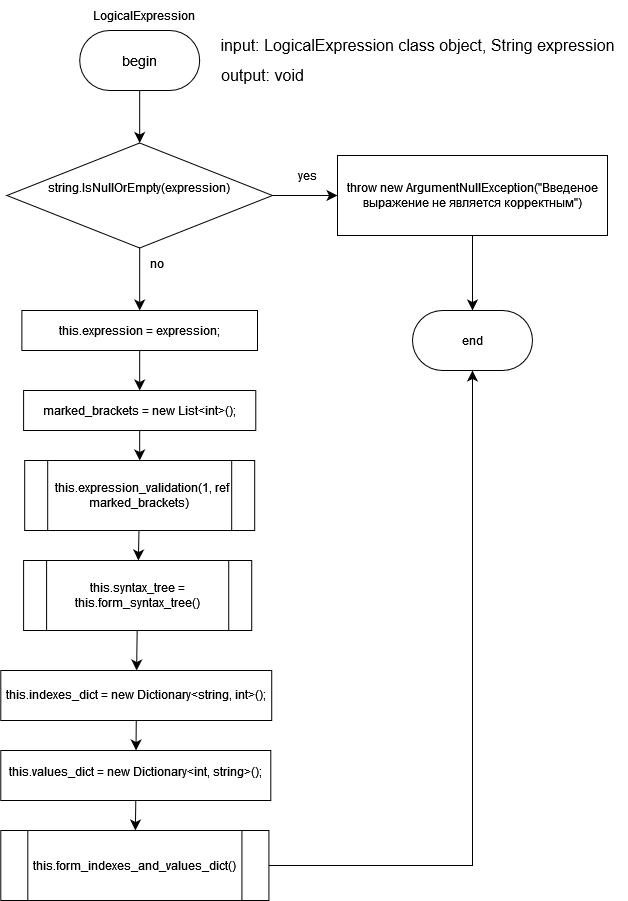
The draw.io diagram 4_sem/LOIS/lab1/draw_io_flowcharts/LogicalExpression.png in cry-crystal-cry/BSUIR, before a commit. Source tidied: cells renumbered, new cells last; positions are measured from the earlier drawing's top-left corner, leaving out a move shared by most shapes. The source it was exported from:
```xml
<mxGraphModel>
  <root>
    <mxCell id="0" />
    <mxCell id="1" parent="0" />
    <mxCell id="2" style="edgeStyle=none;curved=1;rounded=0;jettySize=auto;html=1;fontSize=12;startSize=8;endSize=8;" parent="1" edge="1" source="3" target="9">
      <mxGeometry relative="1" as="geometry" />
    </mxCell>
    <mxCell id="3" value="&lt;font face=&quot;Helvetica&quot; style=&quot;font-size: 14px;&quot;&gt;begin&lt;/font&gt;" style="rounded=1;whiteSpace=wrap;html=1;arcSize=50;" parent="1" vertex="1">
      <mxGeometry x="79.2" y="30" width="120" height="60" as="geometry" />
    </mxCell>
    <mxCell id="4" value="LogicalExpression" style="text;html=1;align=center;verticalAlign=middle;whiteSpace=wrap;rounded=0;" parent="1" vertex="1">
      <mxGeometry x="113.9" width="60" height="30" as="geometry" />
    </mxCell>
    <mxCell id="5" value="&lt;div&gt;input: LogicalExpression class object, String expression&lt;br&gt;&lt;/div&gt;" style="text;html=1;align=center;verticalAlign=middle;strokeColor=none;fillColor=none;fontSize=16;" parent="1" vertex="1">
      <mxGeometry x="207" y="30" width="420" height="30" as="geometry" />
    </mxCell>
    <mxCell id="6" value="output: void" style="text;html=1;align=center;verticalAlign=middle;strokeColor=none;fillColor=none;fontSize=16;" parent="1" vertex="1">
      <mxGeometry x="207" y="60" width="110" height="30" as="geometry" />
    </mxCell>
    <mxCell id="7" style="edgeStyle=none;curved=1;rounded=0;jettySize=auto;html=1;fontSize=12;startSize=8;endSize=8;" parent="1" edge="1" source="9" target="11">
      <mxGeometry relative="1" as="geometry" />
    </mxCell>
    <mxCell id="8" style="edgeStyle=none;curved=1;rounded=0;jettySize=auto;html=1;fontSize=12;startSize=8;endSize=8;" parent="1" edge="1" source="9" target="15">
      <mxGeometry relative="1" as="geometry" />
    </mxCell>
    <mxCell id="9" value="&#10;&lt;span class=&quot;blob-code-inner blob-code-marker js-code-nav-pass&quot;&gt;&lt;span class=&quot;pl-kos&quot;&gt;&lt;/span&gt;&lt;span class=&quot;pl-smi&quot;&gt;string&lt;/span&gt;&lt;span class=&quot;pl-kos&quot;&gt;.&lt;/span&gt;&lt;span class=&quot;pl-en&quot;&gt;IsNullOrEmpty&lt;/span&gt;&lt;span class=&quot;pl-kos&quot;&gt;(&lt;/span&gt;expression&lt;span class=&quot;pl-kos&quot;&gt;)&lt;/span&gt;&lt;/span&gt;&#10;&#10;" style="rhombus;whiteSpace=wrap;html=1;" parent="1" vertex="1">
      <mxGeometry x="6.5" y="142.5" width="265.5" height="105" as="geometry" />
    </mxCell>
    <mxCell id="10" style="edgeStyle=none;curved=1;rounded=0;jettySize=auto;html=1;fontSize=12;startSize=8;endSize=8;" parent="1" edge="1" source="11" target="12">
      <mxGeometry relative="1" as="geometry" />
    </mxCell>
    <mxCell id="11" value="throw new ArgumentNullException(&quot;Введеное выражение не является корректным&quot;)" style="whiteSpace=wrap;html=1;" parent="1" vertex="1">
      <mxGeometry x="337" y="155" width="270" height="80" as="geometry" />
    </mxCell>
    <mxCell id="12" value="end" style="rounded=1;whiteSpace=wrap;html=1;arcSize=50;" parent="1" vertex="1">
      <mxGeometry x="412" y="310" width="120" height="60" as="geometry" />
    </mxCell>
    <mxCell id="13" value="yes" style="text;html=1;align=center;verticalAlign=middle;whiteSpace=wrap;rounded=0;" parent="1" vertex="1">
      <mxGeometry x="277" y="160" width="60" height="30" as="geometry" />
    </mxCell>
    <mxCell id="14" style="edgeStyle=none;curved=1;rounded=0;jettySize=auto;html=1;exitX=0.5;exitY=1;exitDx=0;exitDy=0;fontSize=12;startSize=8;endSize=8;" parent="1" edge="1" source="15" target="28">
      <mxGeometry relative="1" as="geometry" />
    </mxCell>
    <mxCell id="15" value="this.expression = expression;" style="whiteSpace=wrap;html=1;" parent="1" vertex="1">
      <mxGeometry x="21.4" y="310" width="235.6" height="40" as="geometry" />
    </mxCell>
    <mxCell id="16" style="edgeStyle=none;curved=1;rounded=0;jettySize=auto;html=1;fontSize=12;startSize=8;endSize=8;" parent="1" edge="1" source="17" target="20">
      <mxGeometry relative="1" as="geometry" />
    </mxCell>
    <mxCell id="17" value="&amp;nbsp; this.expression_validation(1, ref marked_brackets)" style="shape=process;whiteSpace=wrap;html=1;backgroundOutline=1;" parent="1" vertex="1">
      <mxGeometry x="24.2" y="460" width="230" height="70" as="geometry" />
    </mxCell>
    <mxCell id="18" value="no" style="text;html=1;align=center;verticalAlign=middle;whiteSpace=wrap;rounded=0;" parent="1" vertex="1">
      <mxGeometry x="127" y="247.5" width="60" height="30" as="geometry" />
    </mxCell>
    <mxCell id="19" style="edgeStyle=none;curved=1;rounded=0;jettySize=auto;html=1;fontSize=12;startSize=8;endSize=8;" parent="1" edge="1" source="20" target="22">
      <mxGeometry relative="1" as="geometry" />
    </mxCell>
    <mxCell id="20" value="this.syntax_tree = this.form_syntax_tree()" style="shape=process;whiteSpace=wrap;html=1;backgroundOutline=1;" parent="1" vertex="1">
      <mxGeometry x="23.1" y="560" width="228.1" height="70" as="geometry" />
    </mxCell>
    <mxCell id="21" style="edgeStyle=none;curved=1;rounded=0;jettySize=auto;html=1;exitX=0.5;exitY=1;exitDx=0;exitDy=0;fontSize=12;startSize=8;endSize=8;" parent="1" edge="1" source="22" target="26">
      <mxGeometry relative="1" as="geometry" />
    </mxCell>
    <mxCell id="22" value="&lt;table class=&quot;diff-table js-diff-table tab-size&quot;&gt;&lt;tbody&gt;&lt;tr class=&quot;show-top-border&quot;&gt;&lt;td class=&quot;blob-code blob-code-addition js-file-line&quot;&gt;&lt;span class=&quot;blob-code-inner blob-code-marker js-code-nav-pass&quot;&gt;&lt;span class=&quot;pl-k&quot;&gt;this&lt;/span&gt;&lt;span class=&quot;pl-kos&quot;&gt;.&lt;/span&gt;indexes_dict &lt;span class=&quot;pl-c1&quot;&gt;=&lt;/span&gt; &lt;span class=&quot;pl-k&quot;&gt;new&lt;/span&gt; &lt;span class=&quot;pl-smi&quot;&gt;Dictionary&lt;/span&gt;&lt;span class=&quot;pl-c1&quot;&gt;&amp;lt;&lt;/span&gt;&lt;span class=&quot;pl-smi x x-first x-last&quot;&gt;string&lt;/span&gt;&lt;span class=&quot;pl-kos&quot;&gt;,&lt;/span&gt; &lt;span class=&quot;pl-smi&quot;&gt;int&lt;/span&gt;&lt;span class=&quot;pl-c1&quot;&gt;&amp;gt;&lt;/span&gt;&lt;span class=&quot;pl-kos&quot;&gt;(&lt;/span&gt;&lt;span class=&quot;pl-kos&quot;&gt;)&lt;/span&gt;&lt;span class=&quot;pl-kos&quot;&gt;;&lt;/span&gt;&lt;/span&gt;&lt;/td&gt;&lt;/tr&gt;&lt;tr class=&quot;show-top-border&quot;&gt;&lt;/tr&gt;&lt;/tbody&gt;&lt;/table&gt;" style="whiteSpace=wrap;html=1;" parent="1" vertex="1">
      <mxGeometry x="0.3" y="670" width="270.9" height="50" as="geometry" />
    </mxCell>
    <mxCell id="23" style="edgeStyle=orthogonalEdgeStyle;rounded=0;jettySize=auto;html=1;exitX=1;exitY=0.5;exitDx=0;exitDy=0;fontSize=12;startSize=8;endSize=8;" parent="1" edge="1" source="24" target="12">
      <mxGeometry relative="1" as="geometry" />
    </mxCell>
    <mxCell id="24" value="this.form_indexes_and_values_dict()" style="shape=process;whiteSpace=wrap;html=1;backgroundOutline=1;" parent="1" vertex="1">
      <mxGeometry x="0.3" y="830" width="268.1" height="70" as="geometry" />
    </mxCell>
    <mxCell id="25" style="edgeStyle=none;curved=1;rounded=0;jettySize=auto;html=1;exitX=0.5;exitY=1;exitDx=0;exitDy=0;fontSize=12;startSize=8;endSize=8;" parent="1" edge="1" source="26" target="24">
      <mxGeometry relative="1" as="geometry" />
    </mxCell>
    <mxCell id="26" value="&lt;table class=&quot;diff-table js-diff-table tab-size&quot;&gt;&lt;tbody&gt;&lt;tr class=&quot;show-top-border&quot;&gt;&lt;td class=&quot;blob-code blob-code-addition js-file-line&quot;&gt;&lt;br&gt;&lt;/td&gt;&lt;/tr&gt;&lt;tr class=&quot;show-top-border&quot;&gt;&lt;/tr&gt;&lt;/tbody&gt;&lt;/table&gt;&lt;div&gt;t&lt;span class=&quot;blob-code-inner blob-code-marker js-code-nav-pass&quot;&gt;&lt;span class=&quot;pl-k&quot;&gt;his&lt;/span&gt;&lt;span class=&quot;pl-kos&quot;&gt;.&lt;/span&gt;values_dict &lt;span class=&quot;pl-c1&quot;&gt;=&lt;/span&gt; &lt;span class=&quot;pl-k&quot;&gt;new&lt;/span&gt; &lt;span class=&quot;pl-smi&quot;&gt;Dictionary&lt;/span&gt;&lt;span class=&quot;pl-c1&quot;&gt;&amp;lt;&lt;/span&gt;&lt;span class=&quot;pl-smi&quot;&gt;int&lt;/span&gt;&lt;span class=&quot;pl-kos&quot;&gt;,&lt;/span&gt; &lt;span class=&quot;pl-smi x x-first x-last&quot;&gt;string&lt;/span&gt;&lt;span class=&quot;pl-c1&quot;&gt;&amp;gt;&lt;/span&gt;&lt;span class=&quot;pl-kos&quot;&gt;(&lt;/span&gt;&lt;span class=&quot;pl-kos&quot;&gt;)&lt;/span&gt;&lt;span class=&quot;pl-kos&quot;&gt;;&lt;/span&gt;&lt;/span&gt;&lt;/div&gt;&lt;div&gt;&lt;span class=&quot;blob-code-inner blob-code-marker js-code-nav-pass&quot;&gt;&lt;span class=&quot;pl-kos&quot;&gt;&lt;br&gt;&lt;/span&gt;&lt;/span&gt;&lt;/div&gt;&lt;div&gt;&lt;span class=&quot;blob-code-inner blob-code-marker js-code-nav-pass&quot;&gt;&lt;span class=&quot;pl-kos&quot;&gt;&lt;br&gt;&lt;/span&gt;&lt;/span&gt;&lt;/div&gt;" style="whiteSpace=wrap;html=1;" parent="1" vertex="1">
      <mxGeometry x="0.3" y="750" width="270" height="50" as="geometry" />
    </mxCell>
    <mxCell id="27" style="edgeStyle=none;curved=1;rounded=0;jettySize=auto;html=1;exitX=0.5;exitY=1;exitDx=0;exitDy=0;entryX=0.5;entryY=0;entryDx=0;entryDy=0;fontSize=12;startSize=8;endSize=8;" parent="1" edge="1" source="28" target="17">
      <mxGeometry relative="1" as="geometry" />
    </mxCell>
    <mxCell id="28" value="marked_brackets = new List&amp;lt;int&amp;gt;();" style="whiteSpace=wrap;html=1;" parent="1" vertex="1">
      <mxGeometry x="23.1" y="390" width="232.2" height="40" as="geometry" />
    </mxCell>
  </root>
</mxGraphModel>
```
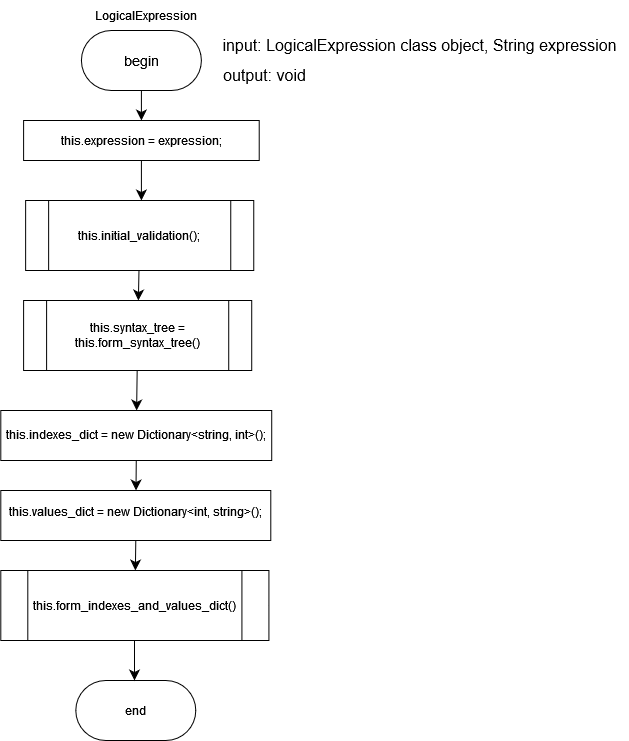
Above is the later version.

Diff of the diagram source:
```diff
@@ -2,57 +2,37 @@
   <root>
     <mxCell id="0" />
     <mxCell id="1" parent="0" />
-    <mxCell id="2" style="edgeStyle=none;curved=1;rounded=0;jettySize=auto;html=1;fontSize=12;startSize=8;endSize=8;" parent="1" edge="1" source="3" target="9">
+    <mxCell id="2" style="edgeStyle=none;curved=1;rounded=0;jettySize=auto;html=1;fontSize=12;startSize=8;endSize=8;entryX=0.5;entryY=0;entryDx=0;entryDy=0;" parent="1" edge="1" source="3" target="15">
       <mxGeometry relative="1" as="geometry" />
     </mxCell>
     <mxCell id="3" value="&lt;font face=&quot;Helvetica&quot; style=&quot;font-size: 14px;&quot;&gt;begin&lt;/font&gt;" style="rounded=1;whiteSpace=wrap;html=1;arcSize=50;" parent="1" vertex="1">
-      <mxGeometry x="79.2" y="30" width="120" height="60" as="geometry" />
+      <mxGeometry x="80.9" y="290" width="120" height="60" as="geometry" />
     </mxCell>
     <mxCell id="4" value="LogicalExpression" style="text;html=1;align=center;verticalAlign=middle;whiteSpace=wrap;rounded=0;" parent="1" vertex="1">
-      <mxGeometry x="113.9" width="60" height="30" as="geometry" />
+      <mxGeometry x="115.6" y="260" width="60" height="30" as="geometry" />
     </mxCell>
     <mxCell id="5" value="&lt;div&gt;input: LogicalExpression class object, String expression&lt;br&gt;&lt;/div&gt;" style="text;html=1;align=center;verticalAlign=middle;strokeColor=none;fillColor=none;fontSize=16;" parent="1" vertex="1">
-      <mxGeometry x="207" y="30" width="420" height="30" as="geometry" />
+      <mxGeometry x="208.7" y="290" width="420" height="30" as="geometry" />
     </mxCell>
     <mxCell id="6" value="output: void" style="text;html=1;align=center;verticalAlign=middle;strokeColor=none;fillColor=none;fontSize=16;" parent="1" vertex="1">
-      <mxGeometry x="207" y="60" width="110" height="30" as="geometry" />
+      <mxGeometry x="208.7" y="320" width="110" height="30" as="geometry" />
     </mxCell>
-    <mxCell id="7" style="edgeStyle=none;curved=1;rounded=0;jettySize=auto;html=1;fontSize=12;startSize=8;endSize=8;" parent="1" edge="1" source="9" target="11">
-      <mxGeometry relative="1" as="geometry" />
-    </mxCell>
-    <mxCell id="8" style="edgeStyle=none;curved=1;rounded=0;jettySize=auto;html=1;fontSize=12;startSize=8;endSize=8;" parent="1" edge="1" source="9" target="15">
-      <mxGeometry relative="1" as="geometry" />
-    </mxCell>
-    <mxCell id="9" value="&#10;&lt;span class=&quot;blob-code-inner blob-code-marker js-code-nav-pass&quot;&gt;&lt;span class=&quot;pl-kos&quot;&gt;&lt;/span&gt;&lt;span class=&quot;pl-smi&quot;&gt;string&lt;/span&gt;&lt;span class=&quot;pl-kos&quot;&gt;.&lt;/span&gt;&lt;span class=&quot;pl-en&quot;&gt;IsNullOrEmpty&lt;/span&gt;&lt;span class=&quot;pl-kos&quot;&gt;(&lt;/span&gt;expression&lt;span class=&quot;pl-kos&quot;&gt;)&lt;/span&gt;&lt;/span&gt;&#10;&#10;" style="rhombus;whiteSpace=wrap;html=1;" parent="1" vertex="1">
-      <mxGeometry x="6.5" y="142.5" width="265.5" height="105" as="geometry" />
-    </mxCell>
-    <mxCell id="10" style="edgeStyle=none;curved=1;rounded=0;jettySize=auto;html=1;fontSize=12;startSize=8;endSize=8;" parent="1" edge="1" source="11" target="12">
-      <mxGeometry relative="1" as="geometry" />
-    </mxCell>
-    <mxCell id="11" value="throw new ArgumentNullException(&quot;Введеное выражение не является корректным&quot;)" style="whiteSpace=wrap;html=1;" parent="1" vertex="1">
-      <mxGeometry x="337" y="155" width="270" height="80" as="geometry" />
-    </mxCell>
     <mxCell id="12" value="end" style="rounded=1;whiteSpace=wrap;html=1;arcSize=50;" parent="1" vertex="1">
-      <mxGeometry x="412" y="310" width="120" height="60" as="geometry" />
+      <mxGeometry x="75.3" y="940" width="120" height="60" as="geometry" />
     </mxCell>
-    <mxCell id="13" value="yes" style="text;html=1;align=center;verticalAlign=middle;whiteSpace=wrap;rounded=0;" parent="1" vertex="1">
-      <mxGeometry x="277" y="160" width="60" height="30" as="geometry" />
-    </mxCell>
-    <mxCell id="14" style="edgeStyle=none;curved=1;rounded=0;jettySize=auto;html=1;exitX=0.5;exitY=1;exitDx=0;exitDy=0;fontSize=12;startSize=8;endSize=8;" parent="1" edge="1" source="15" target="28">
-      <mxGeometry relative="1" as="geometry" />
+    <mxCell id="14" style="edgeStyle=none;curved=1;rounded=0;jettySize=auto;html=1;exitX=0.5;exitY=1;exitDx=0;exitDy=0;fontSize=12;startSize=8;endSize=8;" parent="1" edge="1" source="15">
+      <mxGeometry relative="1" as="geometry">
+        <mxPoint x="140.9" y="460" as="targetPoint" />
+      </mxGeometry>
     </mxCell>
     <mxCell id="15" value="this.expression = expression;" style="whiteSpace=wrap;html=1;" parent="1" vertex="1">
-      <mxGeometry x="21.4" y="310" width="235.6" height="40" as="geometry" />
+      <mxGeometry x="23.1" y="380" width="235.6" height="40" as="geometry" />
     </mxCell>
-    <mxCell id="16" style="edgeStyle=none;curved=1;rounded=0;jettySize=auto;html=1;fontSize=12;startSize=8;endSize=8;" parent="1" edge="1" source="17" target="20">
-      <mxGeometry relative="1" as="geometry" />
+    <mxCell id="16" style="edgeStyle=none;curved=1;rounded=0;jettySize=auto;html=1;fontSize=12;startSize=8;endSize=8;" parent="1" edge="1" target="20">
+      <mxGeometry relative="1" as="geometry">
+        <mxPoint x="138.5" y="530" as="sourcePoint" />
+      </mxGeometry>
     </mxCell>
-    <mxCell id="17" value="&amp;nbsp; this.expression_validation(1, ref marked_brackets)" style="shape=process;whiteSpace=wrap;html=1;backgroundOutline=1;" parent="1" vertex="1">
-      <mxGeometry x="24.2" y="460" width="230" height="70" as="geometry" />
-    </mxCell>
-    <mxCell id="18" value="no" style="text;html=1;align=center;verticalAlign=middle;whiteSpace=wrap;rounded=0;" parent="1" vertex="1">
-      <mxGeometry x="127" y="247.5" width="60" height="30" as="geometry" />
-    </mxCell>
     <mxCell id="19" style="edgeStyle=none;curved=1;rounded=0;jettySize=auto;html=1;fontSize=12;startSize=8;endSize=8;" parent="1" edge="1" source="20" target="22">
       <mxGeometry relative="1" as="geometry" />
     </mxCell>
@@ -66,7 +46,11 @@
       <mxGeometry x="0.3" y="670" width="270.9" height="50" as="geometry" />
     </mxCell>
     <mxCell id="23" style="edgeStyle=orthogonalEdgeStyle;rounded=0;jettySize=auto;html=1;exitX=1;exitY=0.5;exitDx=0;exitDy=0;fontSize=12;startSize=8;endSize=8;" parent="1" edge="1" source="24" target="12">
-      <mxGeometry relative="1" as="geometry" />
+      <mxGeometry relative="1" as="geometry">
+        <Array as="points">
+          <mxPoint x="134" y="865" />
+        </Array>
+      </mxGeometry>
     </mxCell>
     <mxCell id="24" value="this.form_indexes_and_values_dict()" style="shape=process;whiteSpace=wrap;html=1;backgroundOutline=1;" parent="1" vertex="1">
       <mxGeometry x="0.3" y="830" width="268.1" height="70" as="geometry" />
@@ -77,11 +61,8 @@
     <mxCell id="26" value="&lt;table class=&quot;diff-table js-diff-table tab-size&quot;&gt;&lt;tbody&gt;&lt;tr class=&quot;show-top-border&quot;&gt;&lt;td class=&quot;blob-code blob-code-addition js-file-line&quot;&gt;&lt;br&gt;&lt;/td&gt;&lt;/tr&gt;&lt;tr class=&quot;show-top-border&quot;&gt;&lt;/tr&gt;&lt;/tbody&gt;&lt;/table&gt;&lt;div&gt;t&lt;span class=&quot;blob-code-inner blob-code-marker js-code-nav-pass&quot;&gt;&lt;span class=&quot;pl-k&quot;&gt;his&lt;/span&gt;&lt;span class=&quot;pl-kos&quot;&gt;.&lt;/span&gt;values_dict &lt;span class=&quot;pl-c1&quot;&gt;=&lt;/span&gt; &lt;span class=&quot;pl-k&quot;&gt;new&lt;/span&gt; &lt;span class=&quot;pl-smi&quot;&gt;Dictionary&lt;/span&gt;&lt;span class=&quot;pl-c1&quot;&gt;&amp;lt;&lt;/span&gt;&lt;span class=&quot;pl-smi&quot;&gt;int&lt;/span&gt;&lt;span class=&quot;pl-kos&quot;&gt;,&lt;/span&gt; &lt;span class=&quot;pl-smi x x-first x-last&quot;&gt;string&lt;/span&gt;&lt;span class=&quot;pl-c1&quot;&gt;&amp;gt;&lt;/span&gt;&lt;span class=&quot;pl-kos&quot;&gt;(&lt;/span&gt;&lt;span class=&quot;pl-kos&quot;&gt;)&lt;/span&gt;&lt;span class=&quot;pl-kos&quot;&gt;;&lt;/span&gt;&lt;/span&gt;&lt;/div&gt;&lt;div&gt;&lt;span class=&quot;blob-code-inner blob-code-marker js-code-nav-pass&quot;&gt;&lt;span class=&quot;pl-kos&quot;&gt;&lt;br&gt;&lt;/span&gt;&lt;/span&gt;&lt;/div&gt;&lt;div&gt;&lt;span class=&quot;blob-code-inner blob-code-marker js-code-nav-pass&quot;&gt;&lt;span class=&quot;pl-kos&quot;&gt;&lt;br&gt;&lt;/span&gt;&lt;/span&gt;&lt;/div&gt;" style="whiteSpace=wrap;html=1;" parent="1" vertex="1">
       <mxGeometry x="0.3" y="750" width="270" height="50" as="geometry" />
     </mxCell>
-    <mxCell id="27" style="edgeStyle=none;curved=1;rounded=0;jettySize=auto;html=1;exitX=0.5;exitY=1;exitDx=0;exitDy=0;entryX=0.5;entryY=0;entryDx=0;entryDy=0;fontSize=12;startSize=8;endSize=8;" parent="1" edge="1" source="28" target="17">
-      <mxGeometry relative="1" as="geometry" />
-    </mxCell>
-    <mxCell id="28" value="marked_brackets = new List&amp;lt;int&amp;gt;();" style="whiteSpace=wrap;html=1;" parent="1" vertex="1">
-      <mxGeometry x="23.1" y="390" width="232.2" height="40" as="geometry" />
-    </mxCell>
+    <mxCell id="29" value="&lt;span class=&quot;blob-code-inner blob-code-marker js-code-nav-pass&quot;&gt;&lt;span class=&quot;pl-k&quot;&gt;this&lt;/span&gt;&lt;span class=&quot;pl-kos&quot;&gt;.&lt;/span&gt;&lt;span class=&quot;pl-en x x-first&quot;&gt;initial_validation&lt;/span&gt;&lt;span class=&quot;pl-kos x x-last&quot;&gt;(&lt;/span&gt;&lt;span class=&quot;pl-kos&quot;&gt;)&lt;/span&gt;&lt;span class=&quot;pl-kos&quot;&gt;;&lt;/span&gt;&lt;/span&gt;" style="shape=process;whiteSpace=wrap;html=1;backgroundOutline=1;" parent="1" vertex="1">
+      <mxGeometry x="25.1" y="460" width="228.1" height="70" as="geometry" />
+    </mxCell>
   </root>
 </mxGraphModel>
```
